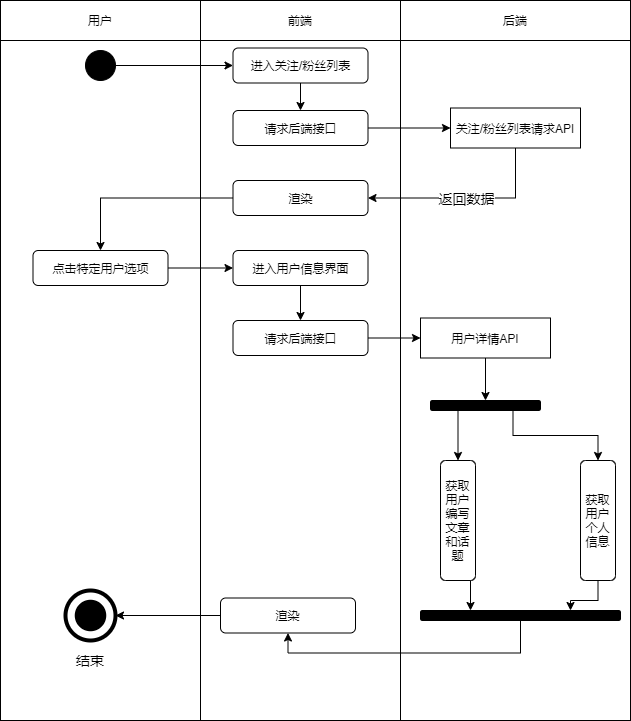
The draw.io diagram user-activity-design/user.bbs-user-list.active.drawio.png in Jater0/Graduation, before a commit. Source tidied: cells renumbered, new cells last; positions are measured from the earlier drawing's top-left corner, leaving out a move shared by most shapes.
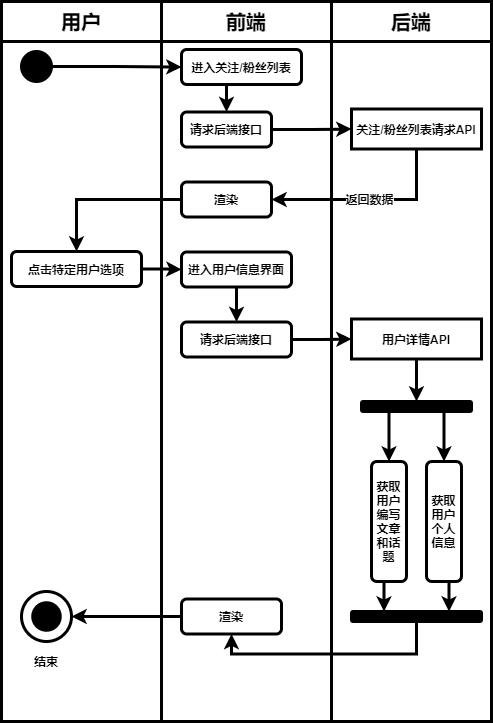
After the commit.

The edit, as a diff of the source:
```diff
@@ -2,119 +2,119 @@
   <root>
     <mxCell id="0" />
     <mxCell id="1" parent="0" />
-    <mxCell id="2" style="rounded=0;whiteSpace=wrap;html=1;" parent="1" vertex="1">
-      <mxGeometry x="400" y="40" width="230" height="680" as="geometry" />
+    <mxCell id="2" style="rounded=0;whiteSpace=wrap;html=1;strokeWidth=3;fontStyle=1;fontSize=12;" parent="1" vertex="1">
+      <mxGeometry x="330" y="40" width="160" height="680" as="geometry" />
     </mxCell>
-    <mxCell id="3" style="rounded=0;whiteSpace=wrap;html=1;" parent="1" vertex="1">
-      <mxGeometry y="40" width="200" height="680" as="geometry" />
+    <mxCell id="3" style="rounded=0;whiteSpace=wrap;html=1;strokeWidth=3;fontStyle=1;fontSize=12;" parent="1" vertex="1">
+      <mxGeometry y="40" width="160" height="680" as="geometry" />
     </mxCell>
-    <mxCell id="4" style="rounded=0;whiteSpace=wrap;html=1;" parent="1" vertex="1">
-      <mxGeometry x="200" y="40" width="200" height="680" as="geometry" />
+    <mxCell id="4" style="rounded=0;whiteSpace=wrap;html=1;strokeWidth=3;fontStyle=1;fontSize=12;" parent="1" vertex="1">
+      <mxGeometry x="160" y="40" width="170" height="680" as="geometry" />
     </mxCell>
-    <mxCell id="5" value="用户" style="rounded=0;whiteSpace=wrap;html=1;" parent="1" vertex="1">
-      <mxGeometry width="200" height="40" as="geometry" />
+    <mxCell id="5" value="用户" style="rounded=0;whiteSpace=wrap;html=1;strokeWidth=3;fontStyle=1;fontSize=20;" parent="1" vertex="1">
+      <mxGeometry width="160" height="40" as="geometry" />
     </mxCell>
-    <mxCell id="6" value="前端" style="rounded=0;whiteSpace=wrap;html=1;" parent="1" vertex="1">
-      <mxGeometry x="200" width="200" height="40" as="geometry" />
+    <mxCell id="6" value="前端" style="rounded=0;whiteSpace=wrap;html=1;strokeWidth=3;fontStyle=1;fontSize=20;" parent="1" vertex="1">
+      <mxGeometry x="160" width="170" height="40" as="geometry" />
     </mxCell>
-    <mxCell id="7" value="后端" style="rounded=0;whiteSpace=wrap;html=1;" parent="1" vertex="1">
-      <mxGeometry x="400" width="230" height="40" as="geometry" />
+    <mxCell id="7" value="后端" style="rounded=0;whiteSpace=wrap;html=1;strokeWidth=3;fontStyle=1;fontSize=20;" parent="1" vertex="1">
+      <mxGeometry x="330" width="160" height="40" as="geometry" />
     </mxCell>
-    <mxCell id="8" style="edgeStyle=orthogonalEdgeStyle;rounded=0;jettySize=auto;html=1;exitX=1;exitY=0.5;exitDx=0;exitDy=0;entryX=0;entryY=0.5;entryDx=0;entryDy=0;" parent="1" edge="1" source="9" target="11">
+    <mxCell id="8" style="edgeStyle=orthogonalEdgeStyle;rounded=0;jettySize=auto;html=1;exitX=1;exitY=0.5;exitDx=0;exitDy=0;entryX=0;entryY=0.5;entryDx=0;entryDy=0;strokeWidth=3;fontStyle=1;fontSize=12;" parent="1" edge="1" source="9" target="11">
       <mxGeometry relative="1" as="geometry" />
     </mxCell>
-    <mxCell id="9" style="ellipse;whiteSpace=wrap;html=1;background=black;strokeColor=#030303;fillColor=#000000;" parent="1" vertex="1">
-      <mxGeometry x="85" y="50" width="30" height="30" as="geometry" />
+    <mxCell id="9" style="ellipse;whiteSpace=wrap;html=1;background=black;strokeColor=#030303;fillColor=#000000;strokeWidth=3;fontStyle=1;fontSize=12;" parent="1" vertex="1">
+      <mxGeometry x="20" y="50" width="30" height="30" as="geometry" />
     </mxCell>
-    <mxCell id="10" style="edgeStyle=orthogonalEdgeStyle;rounded=0;jettySize=auto;html=1;exitX=0.5;exitY=1;exitDx=0;exitDy=0;entryX=0.5;entryY=0;entryDx=0;entryDy=0;" parent="1" edge="1" source="11" target="16">
+    <mxCell id="10" style="edgeStyle=orthogonalEdgeStyle;rounded=0;jettySize=auto;html=1;exitX=0.5;exitY=1;exitDx=0;exitDy=0;entryX=0.5;entryY=0;entryDx=0;entryDy=0;strokeWidth=3;fontStyle=1;fontSize=12;" parent="1" edge="1" source="11" target="16">
       <mxGeometry relative="1" as="geometry" />
     </mxCell>
-    <mxCell id="11" value="进入关注/粉丝列表" style="rounded=1;whiteSpace=wrap;html=1;" parent="1" vertex="1">
-      <mxGeometry x="232.5" y="47.5" width="135" height="35" as="geometry" />
+    <mxCell id="11" value="进入关注/粉丝列表" style="rounded=1;whiteSpace=wrap;html=1;strokeWidth=3;fontStyle=1;fontSize=12;" parent="1" vertex="1">
+      <mxGeometry x="180" y="48" width="120" height="35" as="geometry" />
     </mxCell>
-    <mxCell id="12" style="ellipse;whiteSpace=wrap;html=1;rounded=1;strokeColor=#000000;strokeWidth=4;fillColor=none;gradientColor=none;fontSize=14;" parent="1" vertex="1">
-      <mxGeometry x="65" y="590" width="50" height="50" as="geometry" />
+    <mxCell id="12" style="ellipse;whiteSpace=wrap;html=1;rounded=1;strokeColor=#000000;strokeWidth=3;fillColor=none;gradientColor=none;fontSize=12;fontStyle=1;" parent="1" vertex="1">
+      <mxGeometry x="20" y="590" width="50" height="50" as="geometry" />
     </mxCell>
-    <mxCell id="13" style="ellipse;whiteSpace=wrap;html=1;rounded=1;strokeWidth=4;fontSize=14;fillColor=#000000;" parent="1" vertex="1">
-      <mxGeometry x="76.2" y="601.2" width="27.5" height="27.5" as="geometry" />
+    <mxCell id="13" style="ellipse;whiteSpace=wrap;html=1;rounded=1;strokeWidth=3;fontSize=12;fillColor=#000000;fontStyle=1;" parent="1" vertex="1">
+      <mxGeometry x="31.2" y="601.2" width="27.5" height="27.5" as="geometry" />
     </mxCell>
-    <mxCell id="14" value="结束" style="text;html=1;strokeColor=none;fillColor=none;align=center;verticalAlign=middle;whiteSpace=wrap;rounded=0;fontSize=14;" parent="1" vertex="1">
-      <mxGeometry x="70" y="650" width="40" height="20" as="geometry" />
+    <mxCell id="14" value="结束" style="text;html=1;strokeColor=none;fillColor=none;align=center;verticalAlign=middle;whiteSpace=wrap;rounded=0;fontSize=12;strokeWidth=3;fontStyle=1;" parent="1" vertex="1">
+      <mxGeometry x="25" y="650" width="40" height="20" as="geometry" />
     </mxCell>
-    <mxCell id="15" style="edgeStyle=orthogonalEdgeStyle;rounded=0;jettySize=auto;html=1;exitX=1;exitY=0.5;exitDx=0;exitDy=0;entryX=0;entryY=0.5;entryDx=0;entryDy=0;" parent="1" edge="1" source="16" target="18">
+    <mxCell id="15" style="edgeStyle=orthogonalEdgeStyle;rounded=0;jettySize=auto;html=1;exitX=1;exitY=0.5;exitDx=0;exitDy=0;entryX=0;entryY=0.5;entryDx=0;entryDy=0;strokeWidth=3;fontStyle=1;fontSize=12;" parent="1" edge="1" source="16" target="18">
       <mxGeometry relative="1" as="geometry" />
     </mxCell>
-    <mxCell id="16" value="请求后端接口" style="rounded=1;whiteSpace=wrap;html=1;" parent="1" vertex="1">
-      <mxGeometry x="232.5" y="110" width="135" height="35" as="geometry" />
+    <mxCell id="16" value="请求后端接口" style="rounded=1;whiteSpace=wrap;html=1;strokeWidth=3;fontStyle=1;fontSize=12;" parent="1" vertex="1">
+      <mxGeometry x="180" y="110.5" width="90" height="35" as="geometry" />
     </mxCell>
-    <mxCell id="17" value="返回数据" style="edgeStyle=orthogonalEdgeStyle;rounded=0;jettySize=auto;html=1;exitX=0.5;exitY=1;exitDx=0;exitDy=0;entryX=1;entryY=0.5;entryDx=0;entryDy=0;fontSize=14;" parent="1" edge="1" source="18" target="20">
+    <mxCell id="17" value="返回数据" style="edgeStyle=orthogonalEdgeStyle;rounded=0;jettySize=auto;html=1;exitX=0.5;exitY=1;exitDx=0;exitDy=0;entryX=1;entryY=0.5;entryDx=0;entryDy=0;fontSize=12;strokeWidth=3;fontStyle=1;" parent="1" edge="1" source="18" target="20">
       <mxGeometry relative="1" as="geometry" />
     </mxCell>
-    <mxCell id="18" value="关注/粉丝列表请求API" style="rounded=0;whiteSpace=wrap;html=1;" parent="1" vertex="1">
-      <mxGeometry x="450" y="107.5" width="130" height="40" as="geometry" />
+    <mxCell id="18" value="关注/粉丝列表请求API" style="rounded=0;whiteSpace=wrap;html=1;strokeWidth=3;fontStyle=1;fontSize=12;" parent="1" vertex="1">
+      <mxGeometry x="350" y="107.5" width="130" height="40" as="geometry" />
     </mxCell>
-    <mxCell id="19" style="edgeStyle=orthogonalEdgeStyle;rounded=0;jettySize=auto;html=1;exitX=0;exitY=0.5;exitDx=0;exitDy=0;entryX=0.5;entryY=0;entryDx=0;entryDy=0;fontSize=14;" parent="1" edge="1" source="20" target="22">
+    <mxCell id="19" style="edgeStyle=orthogonalEdgeStyle;rounded=0;jettySize=auto;html=1;exitX=0;exitY=0.5;exitDx=0;exitDy=0;entryX=0.5;entryY=0;entryDx=0;entryDy=0;fontSize=12;strokeWidth=3;fontStyle=1;" parent="1" edge="1" source="20" target="22">
       <mxGeometry relative="1" as="geometry" />
     </mxCell>
-    <mxCell id="20" value="渲染" style="rounded=1;whiteSpace=wrap;html=1;" parent="1" vertex="1">
-      <mxGeometry x="232.5" y="180" width="135" height="35" as="geometry" />
+    <mxCell id="20" value="渲染" style="rounded=1;whiteSpace=wrap;html=1;strokeWidth=3;fontStyle=1;fontSize=12;" parent="1" vertex="1">
+      <mxGeometry x="180" y="180.5" width="90" height="35" as="geometry" />
     </mxCell>
-    <mxCell id="21" style="edgeStyle=orthogonalEdgeStyle;rounded=0;jettySize=auto;html=1;exitX=1;exitY=0.5;exitDx=0;exitDy=0;entryX=0;entryY=0.5;entryDx=0;entryDy=0;fontSize=14;" parent="1" edge="1" source="22" target="24">
+    <mxCell id="21" style="edgeStyle=orthogonalEdgeStyle;rounded=0;jettySize=auto;html=1;exitX=1;exitY=0.5;exitDx=0;exitDy=0;entryX=0;entryY=0.5;entryDx=0;entryDy=0;fontSize=12;strokeWidth=3;fontStyle=1;" parent="1" edge="1" source="22" target="24">
       <mxGeometry relative="1" as="geometry" />
     </mxCell>
-    <mxCell id="22" value="点击特定用户选项" style="rounded=1;whiteSpace=wrap;html=1;" parent="1" vertex="1">
-      <mxGeometry x="32.5" y="250" width="135" height="35" as="geometry" />
+    <mxCell id="22" value="点击特定用户选项" style="rounded=1;whiteSpace=wrap;html=1;strokeWidth=3;fontStyle=1;fontSize=12;" parent="1" vertex="1">
+      <mxGeometry x="10" y="250" width="130" height="35" as="geometry" />
     </mxCell>
-    <mxCell id="23" style="edgeStyle=orthogonalEdgeStyle;rounded=0;jettySize=auto;html=1;exitX=0.5;exitY=1;exitDx=0;exitDy=0;entryX=0.5;entryY=0;entryDx=0;entryDy=0;fontSize=14;" parent="1" edge="1" source="24" target="26">
+    <mxCell id="23" style="edgeStyle=orthogonalEdgeStyle;rounded=0;jettySize=auto;html=1;exitX=0.5;exitY=1;exitDx=0;exitDy=0;entryX=0.5;entryY=0;entryDx=0;entryDy=0;fontSize=12;strokeWidth=3;fontStyle=1;" parent="1" edge="1" source="24" target="26">
       <mxGeometry relative="1" as="geometry" />
     </mxCell>
-    <mxCell id="24" value="进入用户信息界面" style="rounded=1;whiteSpace=wrap;html=1;" parent="1" vertex="1">
-      <mxGeometry x="232.5" y="250" width="135" height="35" as="geometry" />
+    <mxCell id="24" value="进入用户信息界面" style="rounded=1;whiteSpace=wrap;html=1;strokeWidth=3;fontStyle=1;fontSize=12;" parent="1" vertex="1">
+      <mxGeometry x="180" y="250.5" width="110" height="35" as="geometry" />
     </mxCell>
-    <mxCell id="25" style="edgeStyle=orthogonalEdgeStyle;rounded=0;jettySize=auto;html=1;exitX=1;exitY=0.5;exitDx=0;exitDy=0;entryX=0;entryY=0.5;entryDx=0;entryDy=0;fontSize=14;" parent="1" edge="1" source="26" target="28">
+    <mxCell id="25" style="edgeStyle=orthogonalEdgeStyle;rounded=0;jettySize=auto;html=1;exitX=1;exitY=0.5;exitDx=0;exitDy=0;entryX=0;entryY=0.5;entryDx=0;entryDy=0;fontSize=12;strokeWidth=3;fontStyle=1;" parent="1" edge="1" source="26" target="28">
       <mxGeometry relative="1" as="geometry" />
     </mxCell>
-    <mxCell id="26" value="请求后端接口" style="rounded=1;whiteSpace=wrap;html=1;" parent="1" vertex="1">
-      <mxGeometry x="232.5" y="320" width="135" height="35" as="geometry" />
+    <mxCell id="26" value="请求后端接口" style="rounded=1;whiteSpace=wrap;html=1;strokeWidth=3;fontStyle=1;fontSize=12;" parent="1" vertex="1">
+      <mxGeometry x="180" y="320.5" width="110" height="35" as="geometry" />
     </mxCell>
-    <mxCell id="27" style="edgeStyle=orthogonalEdgeStyle;rounded=0;jettySize=auto;html=1;exitX=0.5;exitY=1;exitDx=0;exitDy=0;entryX=0;entryY=0.5;entryDx=0;entryDy=0;fontSize=14;" parent="1" edge="1" source="28" target="31">
+    <mxCell id="27" style="edgeStyle=orthogonalEdgeStyle;rounded=0;jettySize=auto;html=1;exitX=0.5;exitY=1;exitDx=0;exitDy=0;entryX=0;entryY=0.5;entryDx=0;entryDy=0;fontSize=12;strokeWidth=3;fontStyle=1;" parent="1" edge="1" source="28" target="31">
       <mxGeometry relative="1" as="geometry" />
     </mxCell>
-    <mxCell id="28" value="用户详情API" style="rounded=0;whiteSpace=wrap;html=1;" parent="1" vertex="1">
-      <mxGeometry x="420" y="317.5" width="130" height="40" as="geometry" />
+    <mxCell id="28" value="用户详情API" style="rounded=0;whiteSpace=wrap;html=1;strokeWidth=3;fontStyle=1;fontSize=12;" parent="1" vertex="1">
+      <mxGeometry x="350" y="317.5" width="130" height="40" as="geometry" />
     </mxCell>
-    <mxCell id="29" style="edgeStyle=orthogonalEdgeStyle;rounded=0;jettySize=auto;html=1;exitX=1;exitY=0.25;exitDx=0;exitDy=0;entryX=0;entryY=0.5;entryDx=0;entryDy=0;fontSize=14;" parent="1" edge="1" source="31" target="33">
+    <mxCell id="29" style="edgeStyle=orthogonalEdgeStyle;rounded=0;jettySize=auto;html=1;exitX=1;exitY=0.25;exitDx=0;exitDy=0;entryX=0;entryY=0.5;entryDx=0;entryDy=0;fontSize=12;strokeWidth=3;fontStyle=1;" parent="1" edge="1" source="31" target="33">
       <mxGeometry relative="1" as="geometry" />
     </mxCell>
-    <mxCell id="30" style="edgeStyle=orthogonalEdgeStyle;rounded=0;jettySize=auto;html=1;exitX=1;exitY=0.75;exitDx=0;exitDy=0;entryX=0;entryY=0.5;entryDx=0;entryDy=0;fontSize=14;" parent="1" edge="1" source="31" target="35">
+    <mxCell id="30" style="edgeStyle=orthogonalEdgeStyle;rounded=0;jettySize=auto;html=1;exitX=1;exitY=0.75;exitDx=0;exitDy=0;entryX=0;entryY=0.5;entryDx=0;entryDy=0;fontSize=12;strokeWidth=3;fontStyle=1;" parent="1" edge="1" source="31" target="35">
       <mxGeometry relative="1" as="geometry" />
     </mxCell>
-    <mxCell id="31" style="rounded=1;whiteSpace=wrap;html=1;fillColor=#000000;direction=south;" parent="1" vertex="1">
-      <mxGeometry x="430" y="400" width="110" height="10" as="geometry" />
+    <mxCell id="31" style="rounded=1;whiteSpace=wrap;html=1;fillColor=#000000;direction=south;strokeWidth=3;fontStyle=1;fontSize=12;" parent="1" vertex="1">
+      <mxGeometry x="360" y="400" width="110" height="10" as="geometry" />
     </mxCell>
-    <mxCell id="32" style="edgeStyle=orthogonalEdgeStyle;rounded=0;jettySize=auto;html=1;exitX=1;exitY=0.5;exitDx=0;exitDy=0;entryX=0;entryY=0.25;entryDx=0;entryDy=0;fontSize=14;" parent="1" edge="1" source="33" target="37">
+    <mxCell id="32" style="edgeStyle=orthogonalEdgeStyle;rounded=0;jettySize=auto;html=1;exitX=1;exitY=0.5;exitDx=0;exitDy=0;entryX=0;entryY=0.25;entryDx=0;entryDy=0;fontSize=12;strokeWidth=3;fontStyle=1;" parent="1" edge="1" source="33" target="37">
       <mxGeometry relative="1" as="geometry" />
     </mxCell>
-    <mxCell id="33" value="获取用户个人信息" style="rounded=1;whiteSpace=wrap;html=1;direction=south;" parent="1" vertex="1">
-      <mxGeometry x="580" y="460" width="35" height="120" as="geometry" />
+    <mxCell id="33" value="获取用户个人信息" style="rounded=1;whiteSpace=wrap;html=1;direction=south;strokeWidth=3;fontStyle=1;fontSize=12;" parent="1" vertex="1">
+      <mxGeometry x="425" y="460" width="35" height="120" as="geometry" />
     </mxCell>
-    <mxCell id="34" style="edgeStyle=orthogonalEdgeStyle;rounded=0;jettySize=auto;html=1;exitX=1;exitY=0.5;exitDx=0;exitDy=0;entryX=0;entryY=0.75;entryDx=0;entryDy=0;fontSize=14;" parent="1" edge="1" source="35" target="37">
+    <mxCell id="34" style="edgeStyle=orthogonalEdgeStyle;rounded=0;jettySize=auto;html=1;exitX=1;exitY=0.5;exitDx=0;exitDy=0;entryX=0;entryY=0.75;entryDx=0;entryDy=0;fontSize=12;strokeWidth=3;fontStyle=1;" parent="1" edge="1" source="35" target="37">
       <mxGeometry relative="1" as="geometry" />
     </mxCell>
-    <mxCell id="35" value="获取用户编写文章和话题" style="rounded=1;whiteSpace=wrap;html=1;direction=south;" parent="1" vertex="1">
-      <mxGeometry x="440" y="460" width="35" height="120" as="geometry" />
+    <mxCell id="35" value="获取用户编写文章和话题" style="rounded=1;whiteSpace=wrap;html=1;direction=south;strokeWidth=3;fontStyle=1;fontSize=12;" parent="1" vertex="1">
+      <mxGeometry x="370" y="460" width="35" height="120" as="geometry" />
     </mxCell>
-    <mxCell id="36" style="edgeStyle=orthogonalEdgeStyle;rounded=0;jettySize=auto;html=1;exitX=1;exitY=0.5;exitDx=0;exitDy=0;entryX=0.5;entryY=1;entryDx=0;entryDy=0;fontSize=14;" parent="1" edge="1" source="37" target="39">
+    <mxCell id="36" style="edgeStyle=orthogonalEdgeStyle;rounded=0;jettySize=auto;html=1;exitX=1;exitY=0.5;exitDx=0;exitDy=0;entryX=0.5;entryY=1;entryDx=0;entryDy=0;fontSize=12;strokeWidth=3;fontStyle=1;" parent="1" edge="1" source="37" target="39">
       <mxGeometry relative="1" as="geometry" />
     </mxCell>
-    <mxCell id="37" style="rounded=1;whiteSpace=wrap;html=1;fillColor=#000000;direction=south;" parent="1" vertex="1">
-      <mxGeometry x="420" y="610" width="200" height="10" as="geometry" />
+    <mxCell id="37" style="rounded=1;whiteSpace=wrap;html=1;fillColor=#000000;direction=south;strokeWidth=3;fontStyle=1;fontSize=12;" parent="1" vertex="1">
+      <mxGeometry x="350" y="610" width="130" height="10" as="geometry" />
     </mxCell>
-    <mxCell id="38" style="edgeStyle=orthogonalEdgeStyle;rounded=0;jettySize=auto;html=1;exitX=0;exitY=0.5;exitDx=0;exitDy=0;entryX=1;entryY=0.5;entryDx=0;entryDy=0;fontSize=14;" parent="1" edge="1" source="39" target="12">
+    <mxCell id="38" style="edgeStyle=orthogonalEdgeStyle;rounded=0;jettySize=auto;html=1;exitX=0;exitY=0.5;exitDx=0;exitDy=0;entryX=1;entryY=0.5;entryDx=0;entryDy=0;fontSize=12;strokeWidth=3;fontStyle=1;" parent="1" edge="1" source="39" target="12">
       <mxGeometry relative="1" as="geometry" />
     </mxCell>
-    <mxCell id="39" value="渲染" style="rounded=1;whiteSpace=wrap;html=1;" parent="1" vertex="1">
-      <mxGeometry x="220" y="597.5" width="135" height="35" as="geometry" />
+    <mxCell id="39" value="渲染" style="rounded=1;whiteSpace=wrap;html=1;strokeWidth=3;fontStyle=1;fontSize=12;" parent="1" vertex="1">
+      <mxGeometry x="180" y="597.5" width="100" height="35" as="geometry" />
     </mxCell>
   </root>
 </mxGraphModel>
```
